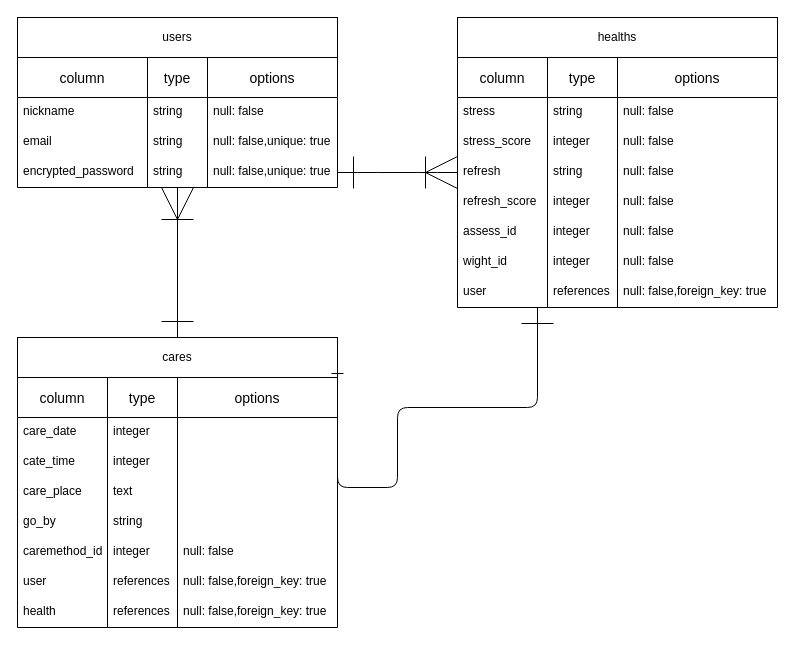
This is healthcare.dio from Sugi-Hi/healthcare-39228, a draw.io file, before an edit. Source tidied: cells renumbered, new cells numbered last; positions are measured from the earlier drawing's top-left corner, leaving out a move shared by most shapes. Both pictures are drawn from the tidied source at 100%, with x=0, y=0 at pixel (17, 17).
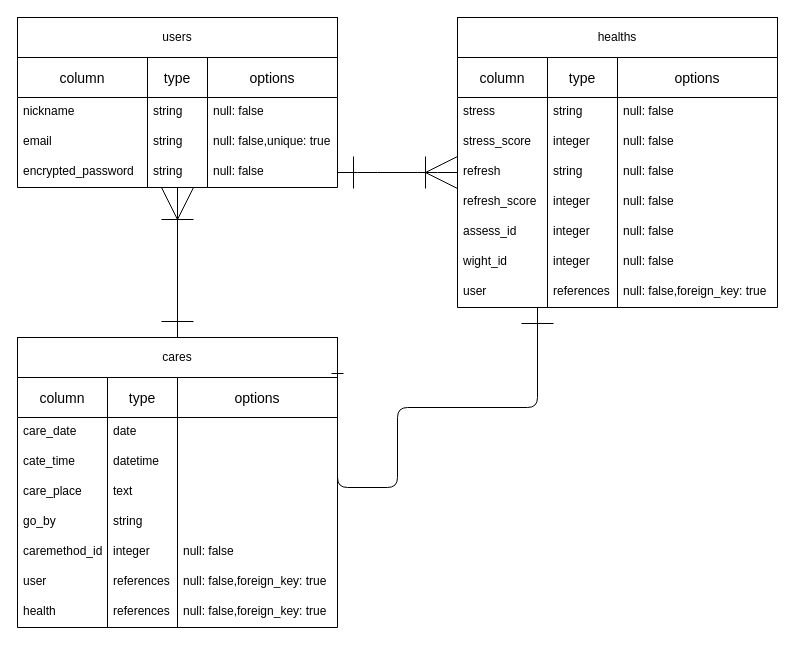
Above is the later version.

Unchanged cells that the change refers to:
```xml
<mxCell id="10" value="options" style="swimlane;fontStyle=0;horizontal=1;startSize=40;align=center;fontSize=14;" parent="1" vertex="1">
  <mxGeometry x="190" y="40" width="130" height="130" as="geometry" />
</mxCell>
<mxCell id="49" value="type" style="swimlane;fontStyle=0;horizontal=1;startSize=40;align=center;fontSize=14;" parent="1" vertex="1">
  <mxGeometry x="90" y="360" width="70" height="250" as="geometry" />
</mxCell>
```

Change to the diagram source:
```diff
@@
-    <mxCell id="13" value="null: false,unique: true" style="text;strokeColor=none;fillColor=none;spacingLeft=4;spacingRight=4;overflow=hidden;points=[[0,0.5],[1,0.5]];portConstraint=eastwest;fontSize=12;" parent="10" vertex="1">
+    <mxCell id="13" value="null: false" style="text;strokeColor=none;fillColor=none;spacingLeft=4;spacingRight=4;overflow=hidden;points=[[0,0.5],[1,0.5]];portConstraint=eastwest;fontSize=12;" parent="10" vertex="1">
       <mxGeometry y="100" width="130" height="30" as="geometry" />
     </mxCell>
@@
-    <mxCell id="50" value="integer" style="text;strokeColor=none;fillColor=none;spacingLeft=4;spacingRight=4;overflow=hidden;fontSize=12;" parent="49" vertex="1">
+    <mxCell id="50" value="date" style="text;strokeColor=none;fillColor=none;spacingLeft=4;spacingRight=4;overflow=hidden;fontSize=12;" parent="49" vertex="1">
       <mxGeometry y="40" width="70" height="30" as="geometry" />
     </mxCell>
-    <mxCell id="51" value="integer" style="text;strokeColor=none;fillColor=none;spacingLeft=4;spacingRight=4;overflow=hidden;fontSize=12;" parent="49" vertex="1">
+    <mxCell id="51" value="datetime" style="text;strokeColor=none;fillColor=none;spacingLeft=4;spacingRight=4;overflow=hidden;fontSize=12;" parent="49" vertex="1">
       <mxGeometry y="70" width="70" height="30" as="geometry" />
     </mxCell>
```
